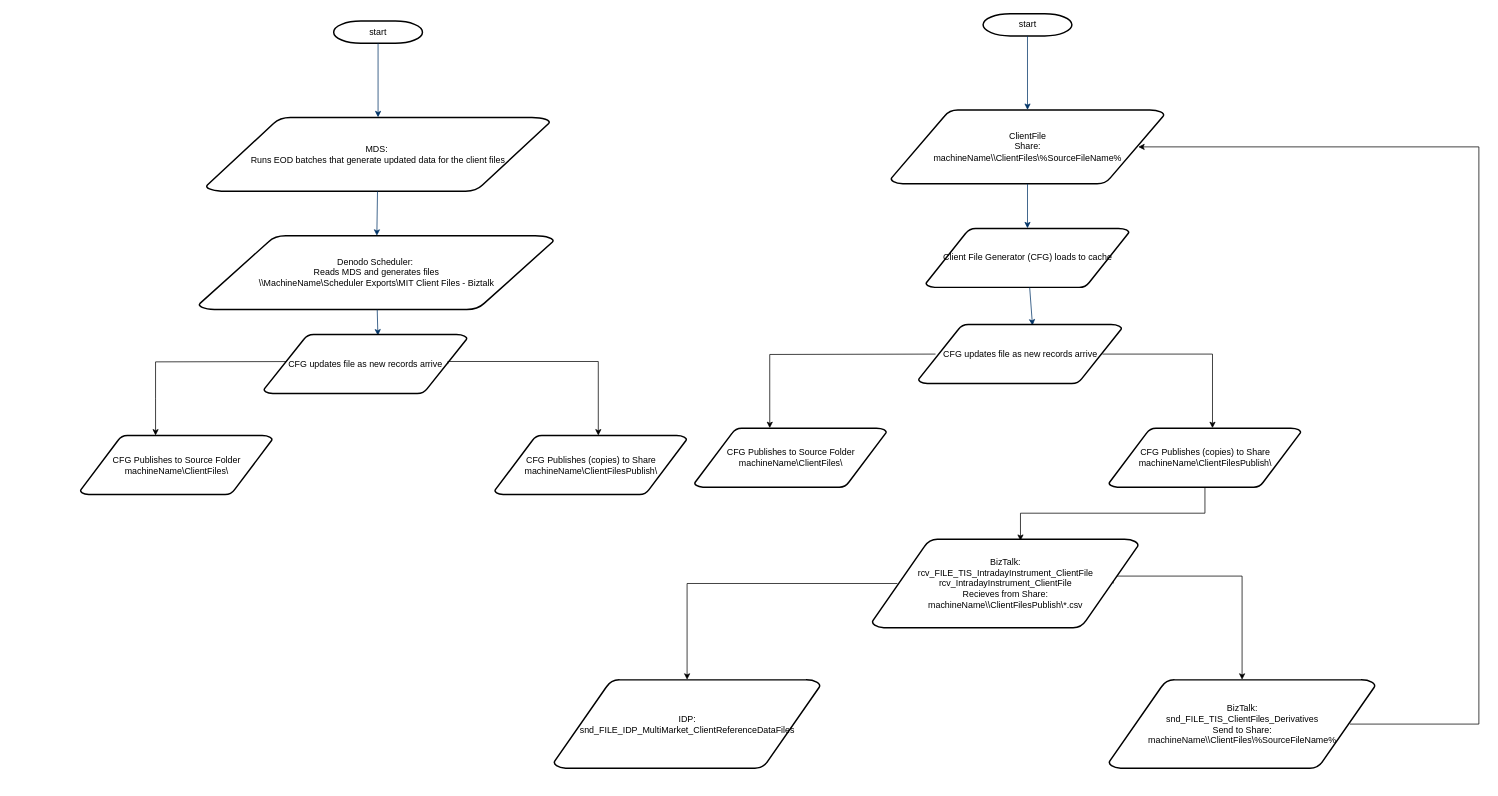
The draw.io diagram ClientFiles.drawio in ByMadiba/Sandbox, before the edit. Source tidied: cells renumbered, new cells numbered last; positions are measured from the earlier drawing's top-left corner, leaving out a move shared by most shapes. Both pictures are drawn from the tidied source at 74%, with x=0, y=0 at pixel (80, 13).
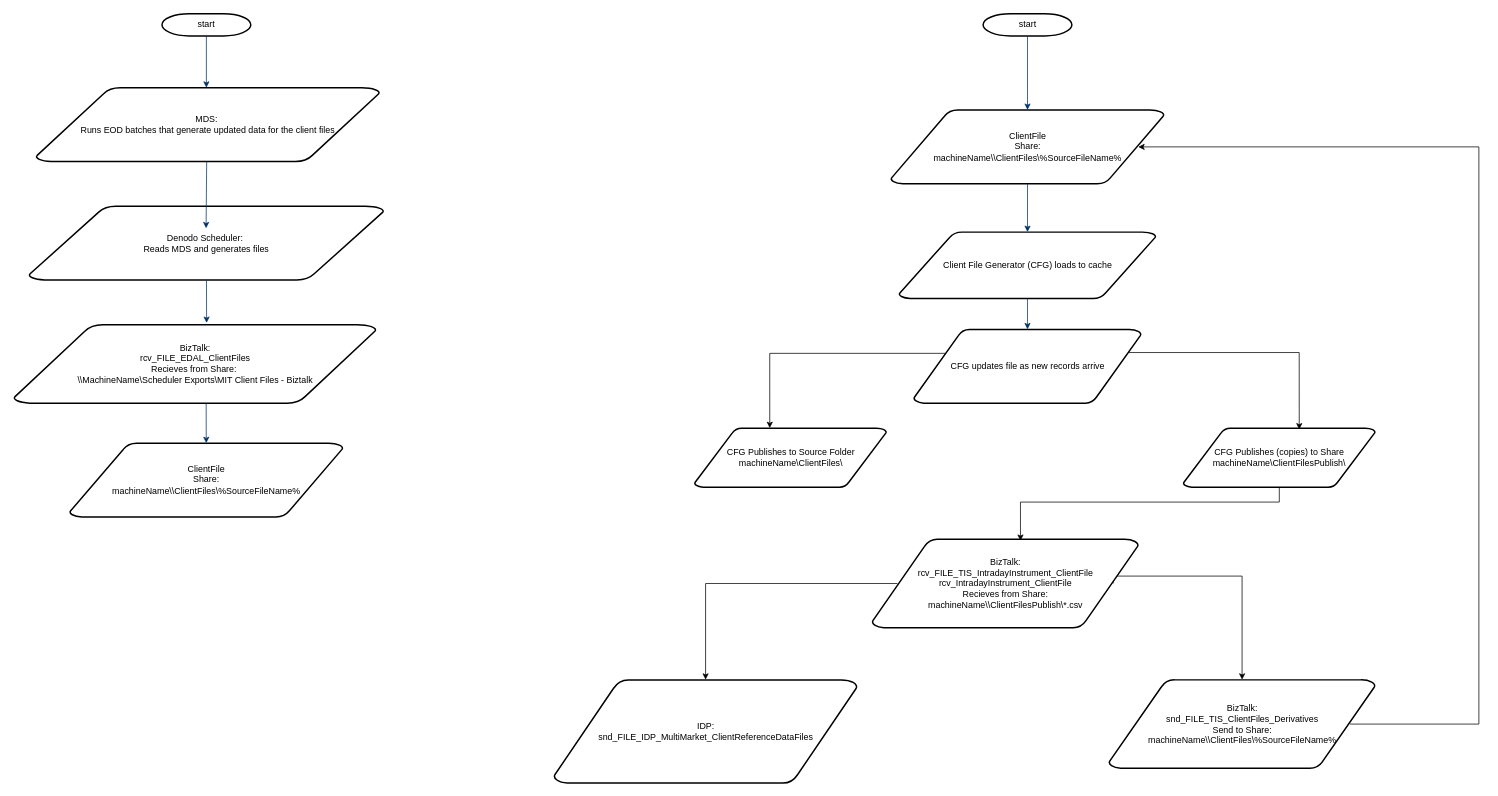
After the change.

The change refers to these unchanged cells:
```xml
<mxCell id="3" value="ClientFile&lt;br&gt;Share:&lt;br style=&quot;border-color: var(--border-color);&quot;&gt;machineName\\ClientFiles\%SourceFileName%" style="shape=mxgraph.flowchart.data;strokeWidth=2;gradientColor=none;gradientDirection=north;fontStyle=0;html=1;" parent="1" vertex="1">
  <mxGeometry x="1095.3" y="130" width="369.5" height="100" as="geometry" />
</mxCell>
<mxCell id="11" value="BizTalk:&lt;br&gt;rcv_FILE_TIS_IntradayInstrument_ClientFile&lt;br&gt;rcv_IntradayInstrument_ClientFile&lt;br&gt;Recieves from Share:&lt;br&gt;machineName\\ClientFilesPublish\*.csv" style="shape=mxgraph.flowchart.data;strokeWidth=2;gradientColor=none;gradientDirection=north;fontStyle=0;html=1;" parent="1" vertex="1">
  <mxGeometry x="1070" y="710" width="360" height="120" as="geometry" />
</mxCell>
<mxCell id="19" value="CFG Publishes to Source Folder&lt;br&gt;machineName\ClientFiles\" style="shape=mxgraph.flowchart.data;strokeWidth=2;gradientColor=none;gradientDirection=north;fontStyle=0;html=1;" parent="1" vertex="1">
  <mxGeometry x="830" y="560" width="259.5" height="80" as="geometry" />
</mxCell>
```

What changed in the source:
```diff
@@
     <mxCell id="4" style="edgeStyle=orthogonalEdgeStyle;rounded=0;jettySize=auto;html=1;entryX=0.557;entryY=0.02;entryDx=0;entryDy=0;entryPerimeter=0;" parent="1" edge="1" source="5" target="11">
-      <mxGeometry relative="1" as="geometry" />
+      <mxGeometry relative="1" as="geometry">
+        <Array as="points">
+          <mxPoint x="1620" y="660" />
+          <mxPoint x="1271" y="660" />
+        </Array>
+      </mxGeometry>
     </mxCell>
     <mxCell id="5" value="CFG Publishes (copies) to Share&lt;br&gt;machineName\ClientFilesPublish\" style="shape=mxgraph.flowchart.data;strokeWidth=2;gradientColor=none;gradientDirection=north;fontStyle=0;html=1;" parent="1" vertex="1">
-      <mxGeometry x="1390" y="560" width="259.5" height="80" as="geometry" />
+      <mxGeometry x="1490.5" y="560" width="259.5" height="80" as="geometry" />
     </mxCell>
     <mxCell id="6" value="Client File Generator (CFG) loads to cache" style="shape=mxgraph.flowchart.data;strokeWidth=2;gradientColor=none;gradientDirection=north;fontStyle=0;html=1;" parent="1" vertex="1">
-      <mxGeometry x="1142.6" y="290" width="274.8" height="80" as="geometry" />
+      <mxGeometry x="1106.3" y="295" width="347.4" height="90" as="geometry" />
     </mxCell>
@@
-    <mxCell id="8" style="fontStyle=1;strokeColor=#003366;strokeWidth=1;html=1;" parent="1" edge="1" source="3" target="6">
+    <mxCell id="8" style="fontStyle=1;strokeColor=#003366;strokeWidth=1;html=1;exitX=0.5;exitY=1;exitDx=0;exitDy=0;exitPerimeter=0;" parent="1" edge="1" source="3" target="6">
       <mxGeometry relative="1" as="geometry" />
     </mxCell>
-    <mxCell id="9" style="entryX=0.561;entryY=0.017;entryPerimeter=0;fontStyle=1;strokeColor=#003366;strokeWidth=1;html=1;entryDx=0;entryDy=0;" parent="1" edge="1" source="6" target="13">
+    <mxCell id="9" style="entryX=0.5;entryY=0;entryPerimeter=0;fontStyle=1;strokeColor=#003366;strokeWidth=1;html=1;entryDx=0;entryDy=0;" parent="1" edge="1" source="6" target="13">
       <mxGeometry relative="1" as="geometry" />
     </mxCell>
@@
-    <mxCell id="12" style="edgeStyle=orthogonalEdgeStyle;rounded=0;jettySize=auto;html=1;exitX=0.095;exitY=0.5;exitDx=0;exitDy=0;exitPerimeter=0;entryX=0.392;entryY=0;entryDx=0;entryDy=0;entryPerimeter=0;" parent="1" edge="1" target="19">
-      <mxGeometry relative="1" as="geometry">
-        <mxPoint x="1155.7" y="460" as="sourcePoint" />
-      </mxGeometry>
+    <mxCell id="12" style="edgeStyle=orthogonalEdgeStyle;rounded=0;jettySize=auto;html=1;exitX=0.144;exitY=0.325;exitDx=0;exitDy=0;exitPerimeter=0;entryX=0.392;entryY=0;entryDx=0;entryDy=0;entryPerimeter=0;" parent="1" edge="1" source="13" target="19">
+      <mxGeometry relative="1" as="geometry" />
     </mxCell>
+    <mxCell id="31" style="edgeStyle=orthogonalEdgeStyle;rounded=0;jettySize=auto;html=1;exitX=0.943;exitY=0.314;exitDx=0;exitDy=0;exitPerimeter=0;entryX=0.604;entryY=0.023;entryDx=0;entryDy=0;entryPerimeter=0;" parent="1" edge="1" source="13" target="5">
+      <mxGeometry relative="1" as="geometry" />
+    </mxCell>
     <mxCell id="13" value="CFG updates file as new records arrive" style="shape=mxgraph.flowchart.data;strokeWidth=2;gradientColor=none;gradientDirection=north;fontStyle=0;html=1;" parent="1" vertex="1">
-      <mxGeometry x="1132.6" y="420" width="274.8" height="80" as="geometry" />
+      <mxGeometry x="1126.3" y="426.5" width="307.4" height="100" as="geometry" />
     </mxCell>
@@
     <mxCell id="17" value="IDP:&lt;br&gt;snd_FILE_IDP_MultiMarket_ClientReferenceDataFiles" style="shape=mxgraph.flowchart.data;strokeWidth=2;gradientColor=none;gradientDirection=north;fontStyle=0;html=1;" parent="1" vertex="1">
-      <mxGeometry x="640" y="900" width="360" height="120" as="geometry" />
+      <mxGeometry x="640" y="900" width="410" height="140" as="geometry" />
     </mxCell>
-    <mxCell id="18" style="edgeStyle=orthogonalEdgeStyle;rounded=0;jettySize=auto;html=1;exitX=0.905;exitY=0.5;exitDx=0;exitDy=0;exitPerimeter=0;" parent="1" edge="1" source="13">
-      <mxGeometry relative="1" as="geometry">
-        <mxPoint x="1530" y="560" as="targetPoint" />
-        <Array as="points">
-          <mxPoint x="1530" y="460" />
-          <mxPoint x="1530" y="560" />
-        </Array>
-      </mxGeometry>
-    </mxCell>
@@
     <mxCell id="20" value="start" style="shape=mxgraph.flowchart.terminator;strokeWidth=2;gradientColor=none;gradientDirection=north;fontStyle=0;html=1;" parent="1" vertex="1">
-      <mxGeometry x="342.4" y="10" width="120" height="30" as="geometry" />
+      <mxGeometry x="110.4" width="120" height="30" as="geometry" />
     </mxCell>
     <mxCell id="21" value="MDS:&amp;nbsp;&lt;div&gt;Runs EOD batches that generate updated data for the client files&lt;/div&gt;" style="shape=mxgraph.flowchart.data;strokeWidth=2;gradientColor=none;gradientDirection=north;fontStyle=0;html=1;" parent="1" vertex="1">
-      <mxGeometry x="170" y="140" width="464.8" height="100" as="geometry" />
+      <mxGeometry x="-60" y="100" width="464.8" height="100" as="geometry" />
     </mxCell>
-    <mxCell id="22" value="CFG Publishes (copies) to Share&lt;br&gt;machineName\ClientFilesPublish\" style="shape=mxgraph.flowchart.data;strokeWidth=2;gradientColor=none;gradientDirection=north;fontStyle=0;html=1;" parent="1" vertex="1">
-      <mxGeometry x="560" y="570" width="259.5" height="80" as="geometry" />
-    </mxCell>
-    <mxCell id="23" value="Denodo Scheduler:&amp;nbsp;&lt;br&gt;Reads MDS and generates files&lt;br&gt;\\MachineName\Scheduler Exports\MIT Client Files - Biztalk" style="shape=mxgraph.flowchart.data;strokeWidth=2;gradientColor=none;gradientDirection=north;fontStyle=0;html=1;" parent="1" vertex="1">
-      <mxGeometry x="160" y="300" width="480" height="100" as="geometry" />
+    <mxCell id="23" value="Denodo Scheduler:&amp;nbsp;&lt;br&gt;Reads MDS and generates files" style="shape=mxgraph.flowchart.data;strokeWidth=2;gradientColor=none;gradientDirection=north;fontStyle=0;html=1;" parent="1" vertex="1">
+      <mxGeometry x="-69.6" y="260" width="480" height="100" as="geometry" />
     </mxCell>
-    <mxCell id="24" style="fontStyle=1;strokeColor=#003366;strokeWidth=1;html=1;" parent="1" edge="1" source="20" target="21">
-      <mxGeometry relative="1" as="geometry" />
+    <mxCell id="24" style="fontStyle=1;strokeColor=#003366;strokeWidth=1;html=1;" parent="1" edge="1" source="20">
+      <mxGeometry relative="1" as="geometry">
+        <mxPoint x="170.4" y="100" as="targetPoint" />
+      </mxGeometry>
     </mxCell>
-    <mxCell id="25" style="fontStyle=1;strokeColor=#003366;strokeWidth=1;html=1;" parent="1" edge="1" source="21" target="23">
-      <mxGeometry relative="1" as="geometry" />
+    <mxCell id="25" style="fontStyle=1;strokeColor=#003366;strokeWidth=1;html=1;" parent="1" edge="1">
+      <mxGeometry relative="1" as="geometry">
+        <mxPoint x="170.8" y="200" as="sourcePoint" />
+        <mxPoint x="170" y="290" as="targetPoint" />
+      </mxGeometry>
     </mxCell>
-    <mxCell id="26" style="entryX=0.561;entryY=0.017;entryPerimeter=0;fontStyle=1;strokeColor=#003366;strokeWidth=1;html=1;entryDx=0;entryDy=0;" parent="1" edge="1" source="23" target="28">
+    <mxCell id="26" style="fontStyle=1;strokeColor=#003366;strokeWidth=1;html=1;entryX=0.532;entryY=-0.02;entryDx=0;entryDy=0;entryPerimeter=0;" parent="1" edge="1" source="23" target="28">
       <mxGeometry relative="1" as="geometry" />
     </mxCell>
-    <mxCell id="27" style="edgeStyle=orthogonalEdgeStyle;rounded=0;jettySize=auto;html=1;exitX=0.095;exitY=0.5;exitDx=0;exitDy=0;exitPerimeter=0;entryX=0.392;entryY=0;entryDx=0;entryDy=0;entryPerimeter=0;" parent="1" edge="1" target="30">
-      <mxGeometry relative="1" as="geometry">
-        <mxPoint x="325.7" y="470" as="sourcePoint" />
-      </mxGeometry>
-    </mxCell>
-    <mxCell id="28" value="CFG updates file as new records arrive" style="shape=mxgraph.flowchart.data;strokeWidth=2;gradientColor=none;gradientDirection=north;fontStyle=0;html=1;" parent="1" vertex="1">
-      <mxGeometry x="248" y="433.5" width="274.8" height="80" as="geometry" />
+    <mxCell id="28" value="BizTalk:&lt;br&gt;rcv_FILE_EDAL_ClientFiles&lt;br&gt;Recieves from Share:&amp;nbsp;&lt;br&gt;\\MachineName\Scheduler Exports\MIT Client Files - Biztalk" style="shape=mxgraph.flowchart.data;strokeWidth=2;gradientColor=none;gradientDirection=north;fontStyle=0;html=1;" parent="1" vertex="1">
+      <mxGeometry x="-90" y="420" width="490" height="106.5" as="geometry" />
     </mxCell>
-    <mxCell id="29" style="edgeStyle=orthogonalEdgeStyle;rounded=0;jettySize=auto;html=1;exitX=0.905;exitY=0.5;exitDx=0;exitDy=0;exitPerimeter=0;" parent="1" edge="1" source="28">
-      <mxGeometry relative="1" as="geometry">
-        <mxPoint x="700" y="570" as="targetPoint" />
-        <Array as="points">
-          <mxPoint x="700" y="470" />
-          <mxPoint x="700" y="570" />
-        </Array>
-      </mxGeometry>
-    </mxCell>
-    <mxCell id="30" value="CFG Publishes to Source Folder&lt;br&gt;machineName\ClientFiles\" style="shape=mxgraph.flowchart.data;strokeWidth=2;gradientColor=none;gradientDirection=north;fontStyle=0;html=1;" parent="1" vertex="1">
-      <mxGeometry y="570" width="259.5" height="80" as="geometry" />
-    </mxCell>
+    <mxCell id="32" value="ClientFile&lt;br&gt;Share:&lt;br style=&quot;border-color: var(--border-color);&quot;&gt;machineName\\ClientFiles\%SourceFileName%" style="shape=mxgraph.flowchart.data;strokeWidth=2;gradientColor=none;gradientDirection=north;fontStyle=0;html=1;" parent="1" vertex="1">
+      <mxGeometry x="-14.4" y="580.3" width="369.5" height="100" as="geometry" />
+    </mxCell>
+    <mxCell id="33" style="fontStyle=1;strokeColor=#003366;strokeWidth=1;html=1;exitX=0.458;exitY=0.997;exitDx=0;exitDy=0;exitPerimeter=0;" parent="1" edge="1" target="32">
+      <mxGeometry relative="1" as="geometry">
+        <mxPoint x="170.1" y="526.5" as="sourcePoint" />
+      </mxGeometry>
+    </mxCell>
```
